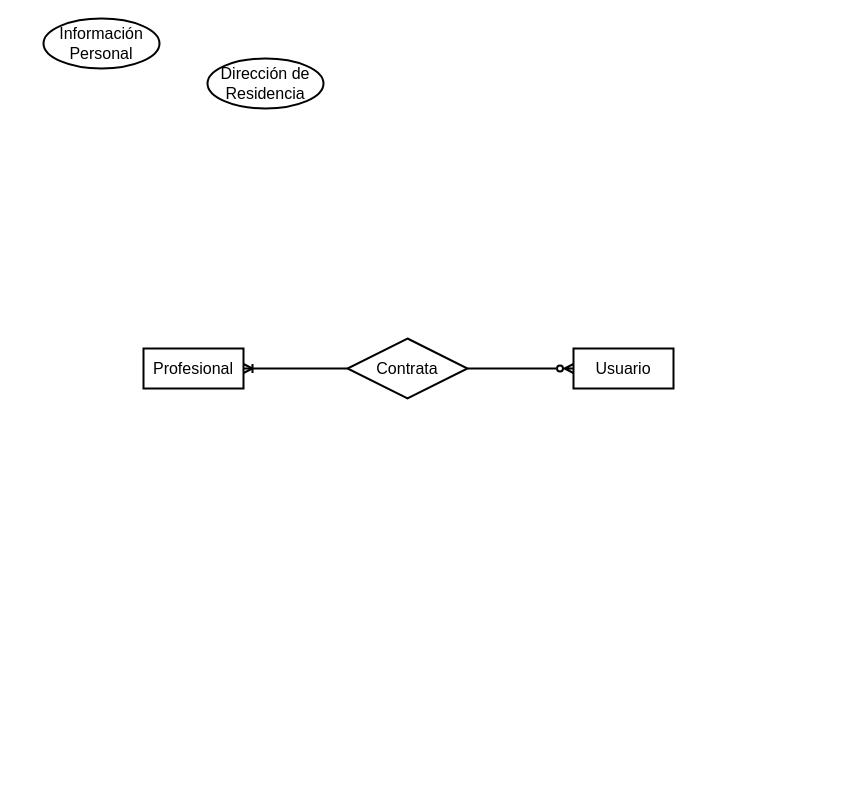
Earlier version of the draw.io diagram Diagramas/Dragrama Entidad-Relacion.drawio (Hazzard1912/domesticapp). Source tidied: cells renumbered, new cells numbered last; positions are measured from the earlier drawing's top-left corner, leaving out a move shared by most shapes. Both pictures are drawn from the tidied source at 100%, with x=0, y=0 at pixel (43, 18).
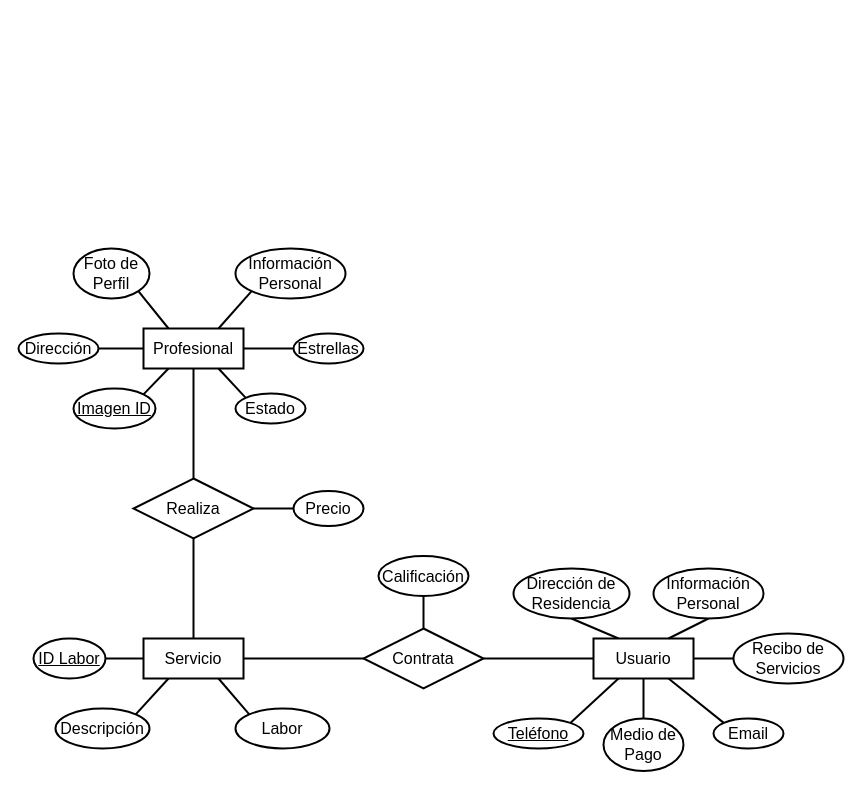
The same page after the edit.

Commit message:
Angie: Avance Diagrama E-R

The edit, as a diff of the source:
```diff
@@
-    <mxCell id="2" style="edgeStyle=orthogonalEdgeStyle;rounded=0;jettySize=auto;html=1;exitX=1;exitY=0.5;exitDx=0;exitDy=0;entryX=0;entryY=0.5;entryDx=0;entryDy=0;strokeWidth=2;endArrow=none;endFill=0;startArrow=ERoneToMany;startFill=0;" parent="1" edge="1" source="3" target="6">
-      <mxGeometry relative="1" as="geometry">
-        <Array as="points">
-          <mxPoint x="270" y="350" />
-          <mxPoint x="270" y="350" />
-        </Array>
-      </mxGeometry>
-    </mxCell>
+    <mxCell id="9" style="edgeStyle=orthogonalEdgeStyle;rounded=0;jettySize=auto;html=1;exitX=0.5;exitY=1;exitDx=0;exitDy=0;entryX=0.5;entryY=0;entryDx=0;entryDy=0;strokeWidth=2;endArrow=none;endFill=0;" parent="1" edge="1" source="3" target="33">
+      <mxGeometry relative="1" as="geometry" />
+    </mxCell>
+    <mxCell id="10" style="edgeStyle=orthogonalEdgeStyle;rounded=0;jettySize=auto;html=1;exitX=0;exitY=0.5;exitDx=0;exitDy=0;entryX=1;entryY=0.5;entryDx=0;entryDy=0;endArrow=none;endFill=0;strokeWidth=2;" parent="1" edge="1" source="3" target="8">
+      <mxGeometry relative="1" as="geometry" />
+    </mxCell>
+    <mxCell id="11" style="edgeStyle=orthogonalEdgeStyle;rounded=0;jettySize=auto;html=1;exitX=1;exitY=0.5;exitDx=0;exitDy=0;entryX=0;entryY=0.5;entryDx=0;entryDy=0;strokeWidth=2;endArrow=none;endFill=0;" parent="1" edge="1" source="3" target="44">
+      <mxGeometry relative="1" as="geometry" />
+    </mxCell>
+    <mxCell id="12" style="rounded=0;jettySize=auto;html=1;exitX=0.25;exitY=0;exitDx=0;exitDy=0;entryX=1;entryY=1;entryDx=0;entryDy=0;endArrow=none;endFill=0;strokeWidth=2;" parent="1" edge="1" source="3" target="22">
+      <mxGeometry relative="1" as="geometry" />
+    </mxCell>
+    <mxCell id="13" style="rounded=0;jettySize=auto;html=1;exitX=0.75;exitY=0;exitDx=0;exitDy=0;entryX=0;entryY=1;entryDx=0;entryDy=0;endArrow=none;endFill=0;strokeWidth=2;" parent="1" edge="1" source="3" target="7">
+      <mxGeometry relative="1" as="geometry" />
+    </mxCell>
+    <mxCell id="14" style="rounded=0;jettySize=auto;html=1;exitX=0.25;exitY=1;exitDx=0;exitDy=0;entryX=1;entryY=0;entryDx=0;entryDy=0;endArrow=none;endFill=0;strokeWidth=2;" parent="1" edge="1" source="3" target="23">
+      <mxGeometry relative="1" as="geometry" />
+    </mxCell>
+    <mxCell id="15" style="rounded=0;jettySize=auto;html=1;exitX=0.75;exitY=1;exitDx=0;exitDy=0;entryX=0;entryY=0;entryDx=0;entryDy=0;endArrow=none;endFill=0;strokeWidth=2;" parent="1" edge="1" source="3" target="42">
+      <mxGeometry relative="1" as="geometry" />
+    </mxCell>
     <mxCell id="3" value="Profesional" style="whiteSpace=wrap;html=1;align=center;strokeWidth=2;fontSize=16;" parent="1" vertex="1">
-      <mxGeometry x="100" y="330" width="100" height="40" as="geometry" />
+      <mxGeometry x="100" y="310" width="100" height="40" as="geometry" />
     </mxCell>
-    <mxCell id="4" style="edgeStyle=orthogonalEdgeStyle;rounded=0;jettySize=auto;html=1;exitX=0;exitY=0.5;exitDx=0;exitDy=0;entryX=1;entryY=0.5;entryDx=0;entryDy=0;strokeWidth=2;endArrow=none;endFill=0;startArrow=ERzeroToMany;startFill=0;" parent="1" edge="1" source="5" target="6">
+    <mxCell id="4" style="edgeStyle=orthogonalEdgeStyle;rounded=0;jettySize=auto;html=1;exitX=0;exitY=0.5;exitDx=0;exitDy=0;entryX=1;entryY=0.5;entryDx=0;entryDy=0;endArrow=none;endFill=0;strokeWidth=2;" parent="1" edge="1" source="5" target="6">
       <mxGeometry relative="1" as="geometry" />
     </mxCell>
+    <mxCell id="16" style="rounded=0;jettySize=auto;html=1;exitX=0.5;exitY=1;exitDx=0;exitDy=0;entryX=0.5;entryY=0;entryDx=0;entryDy=0;endArrow=none;endFill=0;strokeWidth=2;" parent="1" edge="1" source="5" target="41">
+      <mxGeometry relative="1" as="geometry" />
+    </mxCell>
+    <mxCell id="17" style="rounded=0;jettySize=auto;html=1;exitX=0.25;exitY=1;exitDx=0;exitDy=0;entryX=1;entryY=0;entryDx=0;entryDy=0;endArrow=none;endFill=0;strokeWidth=2;" parent="1" edge="1" source="5" target="39">
+      <mxGeometry relative="1" as="geometry" />
+    </mxCell>
+    <mxCell id="18" style="rounded=0;jettySize=auto;html=1;exitX=0.75;exitY=1;exitDx=0;exitDy=0;entryX=0;entryY=0;entryDx=0;entryDy=0;endArrow=none;endFill=0;strokeWidth=2;" parent="1" edge="1" source="5" target="40">
+      <mxGeometry relative="1" as="geometry" />
+    </mxCell>
+    <mxCell id="19" style="rounded=0;jettySize=auto;html=1;exitX=1;exitY=0.5;exitDx=0;exitDy=0;endArrow=none;endFill=0;strokeWidth=2;" parent="1" edge="1" source="5" target="38">
+      <mxGeometry relative="1" as="geometry" />
+    </mxCell>
+    <mxCell id="20" style="rounded=0;jettySize=auto;html=1;exitX=0.25;exitY=0;exitDx=0;exitDy=0;entryX=0.5;entryY=1;entryDx=0;entryDy=0;endArrow=none;endFill=0;strokeWidth=2;" parent="1" edge="1" source="5" target="37">
+      <mxGeometry relative="1" as="geometry" />
+    </mxCell>
     <mxCell id="5" value="Usuario" style="whiteSpace=wrap;html=1;align=center;strokeWidth=2;fontSize=16;" parent="1" vertex="1">
-      <mxGeometry x="530" y="330" width="100" height="40" as="geometry" />
+      <mxGeometry x="550" y="620" width="100" height="40" as="geometry" />
     </mxCell>
+    <mxCell id="21" style="edgeStyle=orthogonalEdgeStyle;rounded=0;jettySize=auto;html=1;exitX=0.5;exitY=0;exitDx=0;exitDy=0;entryX=0.5;entryY=1;entryDx=0;entryDy=0;endArrow=none;endFill=0;strokeWidth=2;" parent="1" edge="1" source="6" target="45">
+      <mxGeometry relative="1" as="geometry" />
+    </mxCell>
     <mxCell id="6" value="Contrata" style="shape=rhombus;perimeter=rhombusPerimeter;whiteSpace=wrap;html=1;align=center;strokeWidth=2;fontSize=16;" parent="1" vertex="1">
-      <mxGeometry x="304" y="320" width="120" height="60" as="geometry" />
+      <mxGeometry x="320" y="610" width="120" height="60" as="geometry" />
     </mxCell>
     <mxCell id="7" value="Información Personal" style="ellipse;whiteSpace=wrap;html=1;align=center;fontSize=16;strokeWidth=2;" parent="1" vertex="1">
-      <mxGeometry width="116" height="50" as="geometry" />
+      <mxGeometry x="192" y="230" width="110" height="50" as="geometry" />
     </mxCell>
-    <mxCell id="8" value="Dirección de Residencia" style="ellipse;whiteSpace=wrap;html=1;align=center;fontSize=16;strokeWidth=2;" parent="1" vertex="1">
-      <mxGeometry x="164" y="40" width="116" height="50" as="geometry" />
+    <mxCell id="8" value="Dirección" style="ellipse;whiteSpace=wrap;html=1;align=center;fontSize=16;strokeWidth=2;" parent="1" vertex="1">
+      <mxGeometry x="-25" y="315" width="80" height="30" as="geometry" />
     </mxCell>
+    <mxCell id="22" value="Foto de Perfil" style="ellipse;whiteSpace=wrap;html=1;align=center;fontSize=16;strokeWidth=2;" parent="1" vertex="1">
+      <mxGeometry x="30" y="230" width="76" height="50" as="geometry" />
+    </mxCell>
+    <mxCell id="23" value="Imagen ID" style="ellipse;whiteSpace=wrap;html=1;align=center;fontSize=16;strokeWidth=2;fontStyle=4;" parent="1" vertex="1">
+      <mxGeometry x="30" y="370" width="82" height="40" as="geometry" />
+    </mxCell>
+    <mxCell id="24" style="edgeStyle=orthogonalEdgeStyle;rounded=0;jettySize=auto;html=1;exitX=1;exitY=0.5;exitDx=0;exitDy=0;endArrow=none;endFill=0;strokeWidth=2;" parent="1" edge="1" source="25" target="29">
+      <mxGeometry relative="1" as="geometry" />
+    </mxCell>
+    <mxCell id="25" value="ID Labor" style="ellipse;whiteSpace=wrap;html=1;align=center;fontSize=16;strokeWidth=2;fontStyle=4;" parent="1" vertex="1">
+      <mxGeometry x="-10" y="620" width="72" height="40" as="geometry" />
+    </mxCell>
+    <mxCell id="26" style="rounded=0;jettySize=auto;html=1;exitX=0.75;exitY=1;exitDx=0;exitDy=0;entryX=0;entryY=0;entryDx=0;entryDy=0;endArrow=none;endFill=0;strokeWidth=2;" parent="1" edge="1" source="29" target="30">
+      <mxGeometry relative="1" as="geometry" />
+    </mxCell>
+    <mxCell id="27" style="rounded=0;jettySize=auto;html=1;exitX=0.25;exitY=1;exitDx=0;exitDy=0;entryX=1;entryY=0;entryDx=0;entryDy=0;endArrow=none;endFill=0;strokeWidth=2;" parent="1" edge="1" source="29" target="43">
+      <mxGeometry relative="1" as="geometry" />
+    </mxCell>
+    <mxCell id="28" style="edgeStyle=orthogonalEdgeStyle;rounded=0;jettySize=auto;html=1;exitX=1;exitY=0.5;exitDx=0;exitDy=0;entryX=0;entryY=0.5;entryDx=0;entryDy=0;endArrow=none;endFill=0;strokeWidth=2;" parent="1" edge="1" source="29" target="6">
+      <mxGeometry relative="1" as="geometry" />
+    </mxCell>
+    <mxCell id="29" value="Servicio" style="whiteSpace=wrap;html=1;align=center;strokeWidth=2;fontSize=16;" parent="1" vertex="1">
+      <mxGeometry x="100" y="620" width="100" height="40" as="geometry" />
+    </mxCell>
+    <mxCell id="30" value="Labor" style="ellipse;whiteSpace=wrap;html=1;align=center;fontSize=16;strokeWidth=2;" parent="1" vertex="1">
+      <mxGeometry x="192" y="690" width="94" height="40" as="geometry" />
+    </mxCell>
+    <mxCell id="31" style="edgeStyle=orthogonalEdgeStyle;rounded=0;jettySize=auto;html=1;exitX=0.5;exitY=1;exitDx=0;exitDy=0;endArrow=none;endFill=0;strokeWidth=2;" parent="1" edge="1" source="33" target="29">
+      <mxGeometry relative="1" as="geometry" />
+    </mxCell>
+    <mxCell id="32" style="edgeStyle=orthogonalEdgeStyle;rounded=0;jettySize=auto;html=1;exitX=1;exitY=0.5;exitDx=0;exitDy=0;endArrow=none;endFill=0;strokeWidth=2;" parent="1" edge="1" source="33" target="34">
+      <mxGeometry relative="1" as="geometry" />
+    </mxCell>
+    <mxCell id="33" value="Realiza" style="shape=rhombus;perimeter=rhombusPerimeter;whiteSpace=wrap;html=1;align=center;strokeWidth=2;fontSize=16;" parent="1" vertex="1">
+      <mxGeometry x="90" y="460" width="120" height="60" as="geometry" />
+    </mxCell>
+    <mxCell id="34" value="Precio" style="ellipse;whiteSpace=wrap;html=1;align=center;fontSize=16;strokeWidth=2;" parent="1" vertex="1">
+      <mxGeometry x="250" y="472.5" width="70" height="35" as="geometry" />
+    </mxCell>
+    <mxCell id="35" style="rounded=0;jettySize=auto;html=1;exitX=0.5;exitY=1;exitDx=0;exitDy=0;entryX=0.75;entryY=0;entryDx=0;entryDy=0;endArrow=none;endFill=0;strokeWidth=2;" parent="1" edge="1" source="36" target="5">
+      <mxGeometry relative="1" as="geometry" />
+    </mxCell>
+    <mxCell id="36" value="Información Personal" style="ellipse;whiteSpace=wrap;html=1;align=center;fontSize=16;strokeWidth=2;" parent="1" vertex="1">
+      <mxGeometry x="610" y="550" width="110" height="50" as="geometry" />
+    </mxCell>
+    <mxCell id="37" value="Dirección de Residencia" style="ellipse;whiteSpace=wrap;html=1;align=center;fontSize=16;strokeWidth=2;" parent="1" vertex="1">
+      <mxGeometry x="470" y="550" width="116" height="50" as="geometry" />
+    </mxCell>
+    <mxCell id="38" value="Recibo de Servicios" style="ellipse;whiteSpace=wrap;html=1;align=center;fontSize=16;strokeWidth=2;" parent="1" vertex="1">
+      <mxGeometry x="690" y="615" width="110" height="50" as="geometry" />
+    </mxCell>
+    <mxCell id="39" value="Teléfono" style="ellipse;whiteSpace=wrap;html=1;align=center;fontSize=16;strokeWidth=2;fontStyle=4;" parent="1" vertex="1">
+      <mxGeometry x="450" y="700" width="90" height="30" as="geometry" />
+    </mxCell>
+    <mxCell id="40" value="Email" style="ellipse;whiteSpace=wrap;html=1;align=center;fontSize=16;strokeWidth=2;" parent="1" vertex="1">
+      <mxGeometry x="670" y="700" width="70" height="30" as="geometry" />
+    </mxCell>
+    <mxCell id="41" value="Medio de Pago" style="ellipse;whiteSpace=wrap;html=1;align=center;fontSize=16;strokeWidth=2;" parent="1" vertex="1">
+      <mxGeometry x="560" y="700" width="80" height="52.5" as="geometry" />
+    </mxCell>
+    <mxCell id="42" value="Estado" style="ellipse;whiteSpace=wrap;html=1;align=center;fontSize=16;strokeWidth=2;" parent="1" vertex="1">
+      <mxGeometry x="192" y="375" width="70" height="30" as="geometry" />
+    </mxCell>
+    <mxCell id="43" value="Descripción" style="ellipse;whiteSpace=wrap;html=1;align=center;fontSize=16;strokeWidth=2;" parent="1" vertex="1">
+      <mxGeometry x="12" y="690" width="94" height="40" as="geometry" />
+    </mxCell>
+    <mxCell id="44" value="Estrellas" style="ellipse;whiteSpace=wrap;html=1;align=center;fontSize=16;strokeWidth=2;" parent="1" vertex="1">
+      <mxGeometry x="250" y="315" width="70" height="30" as="geometry" />
+    </mxCell>
+    <mxCell id="45" value="Calificación" style="ellipse;whiteSpace=wrap;html=1;align=center;fontSize=16;strokeWidth=2;" parent="1" vertex="1">
+      <mxGeometry x="335" y="537.5" width="90" height="40" as="geometry" />
+    </mxCell>
```
